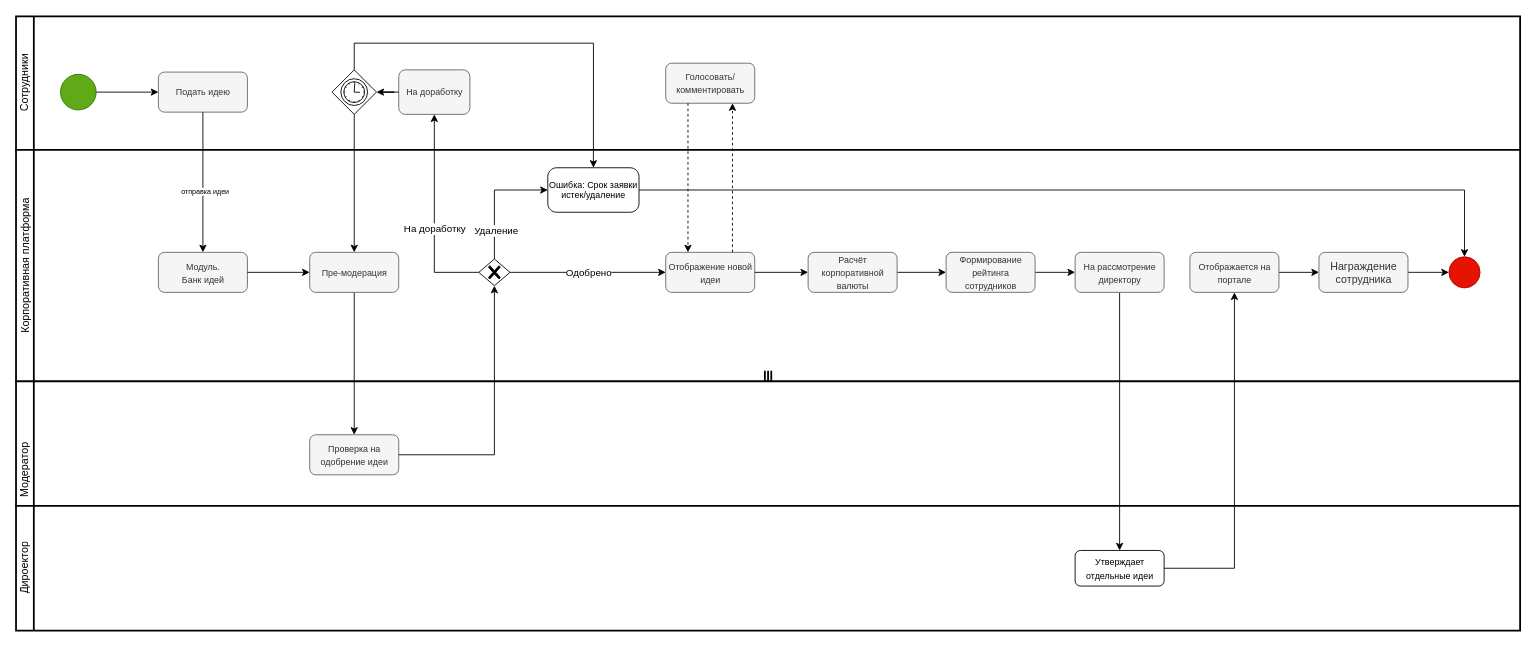
MissAzhara/hello-world keeps this draw.io diagram as page "Страница 3" (3 of 3) of Sign Up.drawio. Above is the earlier version. Source tidied: cells renumbered, new cells numbered last; positions are measured from the earlier drawing's top-left corner, leaving out a move shared by most shapes. Both pictures are drawn from the tidied source at 89%, with x=0, y=0 at pixel (-55, 16).
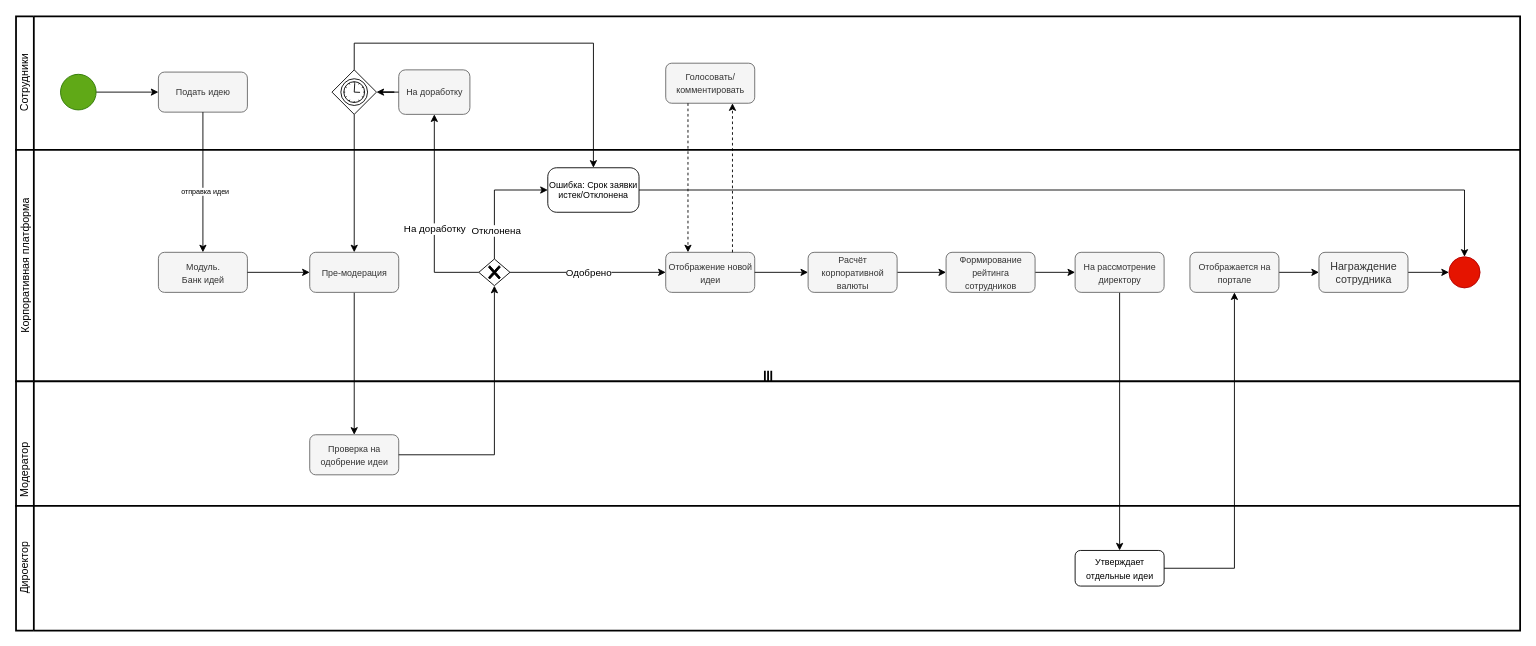
Above is the later version.

Unchanged cells that the change refers to:
```xml
<mxCell id="31" style="points=[[0.25,0.25,0],[0.5,0,0],[0.75,0.25,0],[1,0.5,0],[0.75,0.75,0],[0.5,1,0],[0.25,0.75,0],[0,0.5,0]];shape=mxgraph.bpmn.gateway2;html=1;verticalLabelPosition=bottom;labelBackgroundColor=#ffffff;verticalAlign=top;align=center;perimeter=rhombusPerimeter;outlineConnect=0;outline=none;symbol=none;gwType=exclusive;" parent="1" vertex="1">
  <mxGeometry x="599.5" y="272.5" width="35" height="30" as="geometry" />
</mxCell>
```

The edit, as a diff of the source:
```diff
@@
-    <mxCell id="30" value="Удаление" style="edgeStyle=orthogonalEdgeStyle;rounded=0;jettySize=auto;html=1;entryX=0;entryY=0.5;entryDx=0;entryDy=0;entryPerimeter=0;exitX=0.5;exitY=0;exitDx=0;exitDy=0;exitPerimeter=0;" parent="1" edge="1" source="31" target="35">
+    <mxCell id="30" value="Отклонена" style="edgeStyle=orthogonalEdgeStyle;rounded=0;jettySize=auto;html=1;entryX=0;entryY=0.5;entryDx=0;entryDy=0;entryPerimeter=0;exitX=0.5;exitY=0;exitDx=0;exitDy=0;exitPerimeter=0;" parent="1" edge="1" source="31" target="35">
       <mxGeometry x="-0.53" y="-2" relative="1" as="geometry" />
     </mxCell>
@@
-    <mxCell id="35" value="Ошибка: Срок заявки истек/удаление" style="points=[[0.25,0,0],[0.5,0,0],[0.75,0,0],[1,0.25,0],[1,0.5,0],[1,0.75,0],[0.75,1,0],[0.5,1,0],[0.25,1,0],[0,0.75,0],[0,0.5,0],[0,0.25,0]];shape=mxgraph.bpmn.task;whiteSpace=wrap;rectStyle=rounded;size=10;html=1;taskMarker=abstract;fontSize=10;" parent="1" vertex="1">
+    <mxCell id="35" value="Ошибка: Срок заявки истек/Отклонена" style="points=[[0.25,0,0],[0.5,0,0],[0.75,0,0],[1,0.25,0],[1,0.5,0],[1,0.75,0],[0.75,1,0],[0.5,1,0],[0.25,1,0],[0,0.75,0],[0,0.5,0],[0,0.25,0]];shape=mxgraph.bpmn.task;whiteSpace=wrap;rectStyle=rounded;size=10;html=1;taskMarker=abstract;fontSize=10;" parent="1" vertex="1">
       <mxGeometry x="677" y="170" width="102.5" height="50" as="geometry" />
     </mxCell>
```
